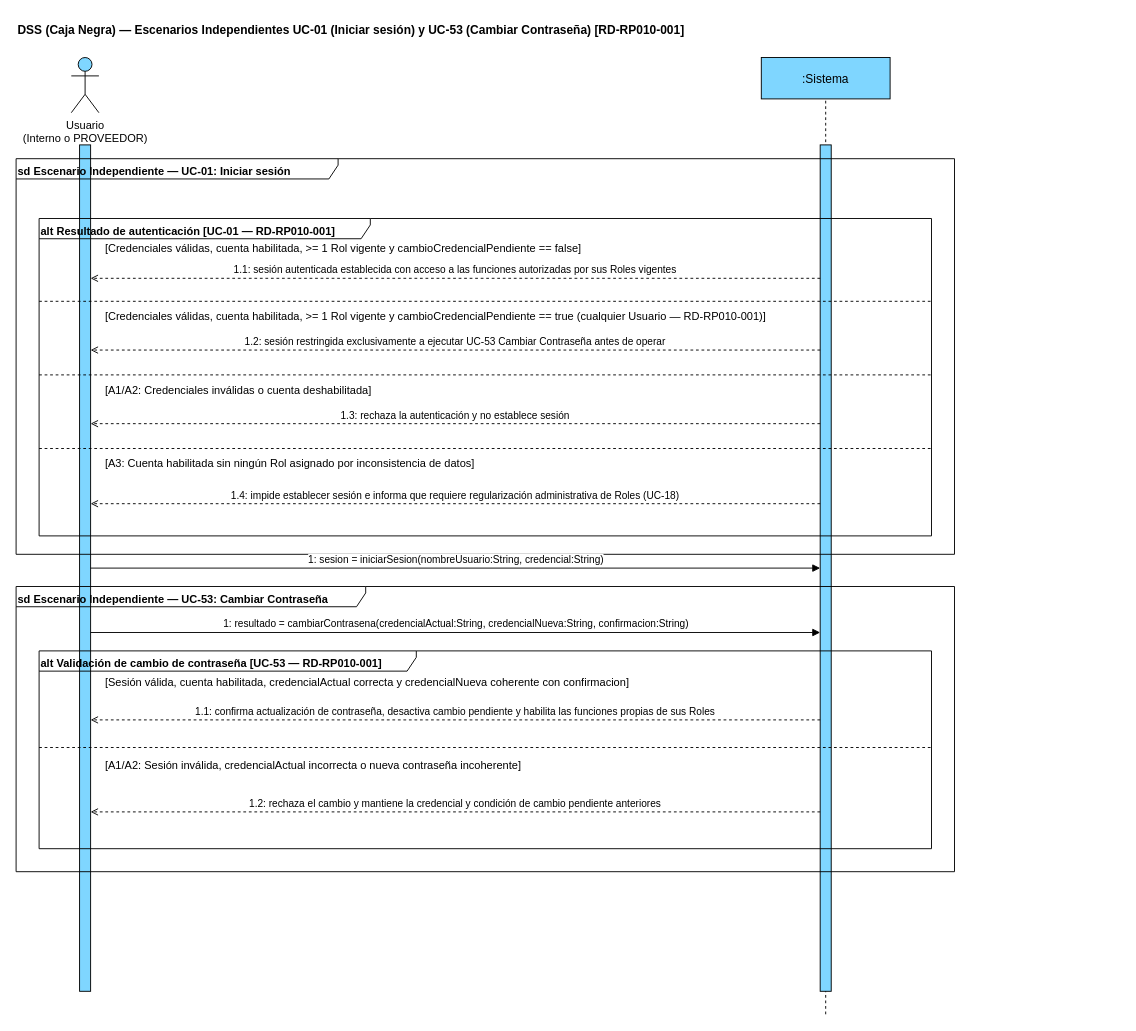
The draw.io diagram page "DSS REV02 - UC-01 y UC-53 (Todo Usuario)" (1 of 2) of docs/08-diagramas/revision/REV02_SEGURIDAD/propuestos/DSS_REV02_SEGURIDAD_CORREGIDO.drawio.xml in leandrito369/ale-milanesas, before the edit. Source tidied: cells renumbered, new cells numbered last; positions are measured from the earlier drawing's top-left corner, leaving out a move shared by most shapes. Both pictures are drawn from the tidied source at 92%, with x=0, y=0 at pixel (16, 16).
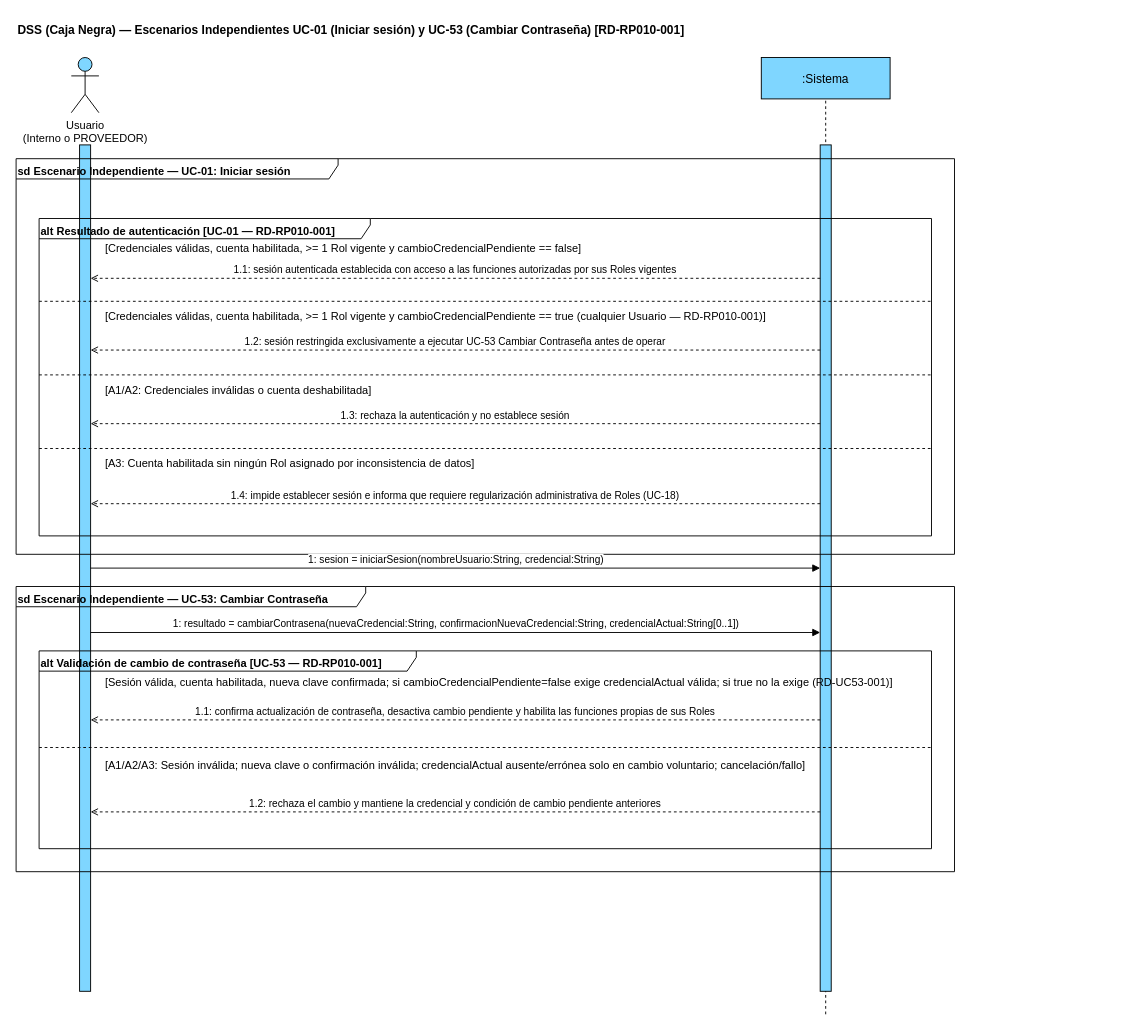
Above is the later version.

Diff of the diagram source:
```diff
@@
-    <mxCell id="23" value="1: resultado = cambiarContrasena(credencialActual:String, credencialNueva:String, confirmacion:String)" style="html=1;verticalAlign=bottom;endArrow=block;endFill=1;strokeColor=#000000;" parent="1" edge="1">
+    <mxCell id="23" value="1: resultado = cambiarContrasena(nuevaCredencial:String, confirmacionNuevaCredencial:String, credencialActual:String[0..1])" style="html=1;verticalAlign=bottom;endArrow=block;endFill=1;strokeColor=#000000;" parent="1" edge="1">
       <mxGeometry relative="1" as="geometry">
         <mxPoint x="81" y="670" as="sourcePoint" />
         <mxPoint x="874" y="670" as="targetPoint" />
       </mxGeometry>
     </mxCell>
@@
-    <mxCell id="25" value="[Sesión válida, cuenta habilitada, credencialActual correcta y credencialNueva coherente con confirmacion]" style="text;html=1;strokeColor=none;fillColor=none;align=left;verticalAlign=middle;" parent="1" vertex="1">
+    <mxCell id="25" value="[Sesión válida, cuenta habilitada, nueva clave confirmada; si cambioCredencialPendiente=false exige credencialActual válida; si true no la exige (RD-UC53-001)]" style="text;html=1;strokeColor=none;fillColor=none;align=left;verticalAlign=middle;" parent="1" vertex="1">
       <mxGeometry x="95" y="715" width="680" height="20" as="geometry" />
     </mxCell>
@@
-    <mxCell id="28" value="[A1/A2: Sesión inválida, credencialActual incorrecta o nueva contraseña incoherente]" style="text;html=1;strokeColor=none;fillColor=none;align=left;verticalAlign=middle;" parent="1" vertex="1">
+    <mxCell id="28" value="[A1/A2/A3: Sesión inválida; nueva clave o confirmación inválida; credencialActual ausente/errónea solo en cambio voluntario; cancelación/fallo]" style="text;html=1;strokeColor=none;fillColor=none;align=left;verticalAlign=middle;" parent="1" vertex="1">
       <mxGeometry x="95" y="805" width="580" height="20" as="geometry" />
     </mxCell>
```
